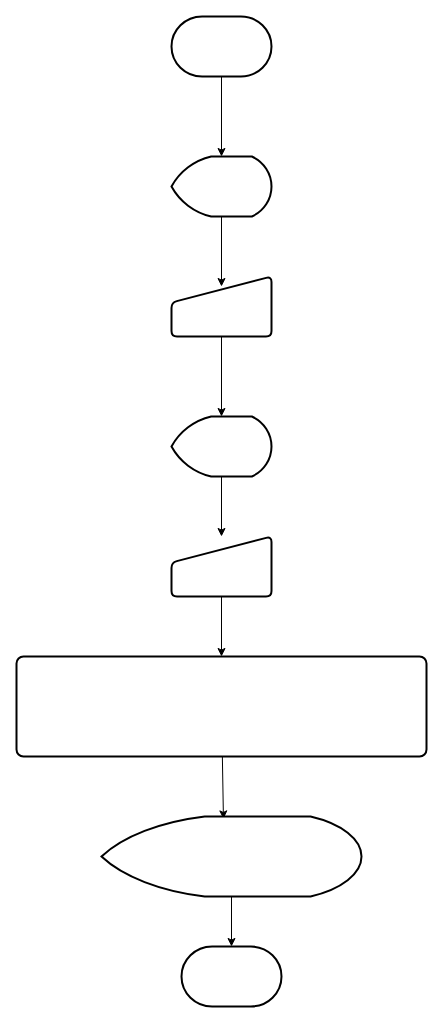
The draw.io diagram lec2/flowchart.drawio in artitiya409489-cell/python101, before the edit. Source tidied: cells renumbered, new cells numbered last; positions are measured from the earlier drawing's top-left corner, leaving out a move shared by most shapes. Both pictures are drawn from the tidied source at 100%, with x=0, y=0 at pixel (16, 16).
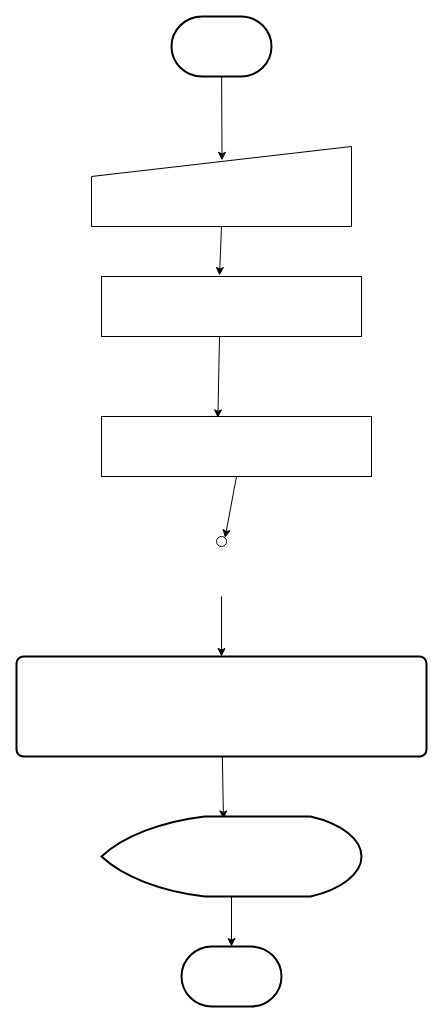
The same page after the edit.

Diff of the diagram source:
```diff
@@
 <mxGraphModel>
   <root>
     <mxCell id="0" />
     <mxCell id="1" parent="0" />
-    <mxCell id="2" style="edgeStyle=none;html=1;" parent="1" edge="1" source="3" target="4">
+    <mxCell id="2" style="edgeStyle=none;html=1;entryX=0.502;entryY=0.173;entryDx=0;entryDy=0;entryPerimeter=0;" parent="1" edge="1" source="3" target="18">
       <mxGeometry relative="1" as="geometry" />
     </mxCell>
     <mxCell id="3" style="strokeWidth=2;html=1;shape=mxgraph.flowchart.terminator;whiteSpace=wrap;" parent="1" vertex="1">
       <mxGeometry x="155" width="100" height="60" as="geometry" />
     </mxCell>
-    <mxCell id="4" style="strokeWidth=2;html=1;shape=mxgraph.flowchart.display;whiteSpace=wrap;" parent="1" vertex="1">
-      <mxGeometry x="155" y="140" width="100" height="60" as="geometry" />
-    </mxCell>
-    <mxCell id="5" style="html=1;strokeWidth=2;shape=manualInput;whiteSpace=wrap;rounded=1;size=26;arcSize=11;" parent="1" vertex="1">
-      <mxGeometry x="155" y="260" width="100" height="60" as="geometry" />
-    </mxCell>
-    <mxCell id="6" style="edgeStyle=none;html=1;exitX=0.5;exitY=1;exitDx=0;exitDy=0;exitPerimeter=0;entryX=0.5;entryY=0.167;entryDx=0;entryDy=0;entryPerimeter=0;" parent="1" edge="1" source="4" target="5">
+    <mxCell id="6" style="edgeStyle=none;html=1;exitX=0.5;exitY=1;exitDx=0;exitDy=0;entryX=0.454;entryY=-0.017;entryDx=0;entryDy=0;entryPerimeter=0;" parent="1" edge="1" source="18" target="19">
       <mxGeometry relative="1" as="geometry" />
     </mxCell>
-    <mxCell id="7" style="edgeStyle=none;html=1;exitX=0.5;exitY=1;exitDx=0;exitDy=0;exitPerimeter=0;" parent="1" edge="1" source="8" target="11">
-      <mxGeometry relative="1" as="geometry" />
-    </mxCell>
-    <mxCell id="8" style="strokeWidth=2;html=1;shape=mxgraph.flowchart.display;whiteSpace=wrap;" parent="1" vertex="1">
-      <mxGeometry x="155" y="400" width="100" height="60" as="geometry" />
-    </mxCell>
-    <mxCell id="9" style="edgeStyle=none;html=1;exitX=0.5;exitY=1;exitDx=0;exitDy=0;entryX=0.5;entryY=0;entryDx=0;entryDy=0;entryPerimeter=0;" parent="1" edge="1" source="5" target="8">
+    <mxCell id="9" style="edgeStyle=none;html=1;exitX=0.454;exitY=0.97;exitDx=0;exitDy=0;entryX=0.431;entryY=0.023;entryDx=0;entryDy=0;entryPerimeter=0;exitPerimeter=0;" parent="1" edge="1" source="19" target="21">
       <mxGeometry relative="1" as="geometry" />
     </mxCell>
-    <mxCell id="10" style="edgeStyle=none;html=1;exitX=0.5;exitY=1;exitDx=0;exitDy=0;entryX=0.5;entryY=0;entryDx=0;entryDy=0;" parent="1" edge="1" source="11" target="14">
-      <mxGeometry relative="1" as="geometry" />
+    <mxCell id="10" style="edgeStyle=none;html=1;exitX=0.5;exitY=1;exitDx=0;exitDy=0;entryX=0.5;entryY=0;entryDx=0;entryDy=0;" parent="1" edge="1" target="14">
+      <mxGeometry relative="1" as="geometry">
+        <mxPoint x="205" y="580" as="sourcePoint" />
+      </mxGeometry>
     </mxCell>
-    <mxCell id="11" style="html=1;strokeWidth=2;shape=manualInput;whiteSpace=wrap;rounded=1;size=26;arcSize=11;" parent="1" vertex="1">
-      <mxGeometry x="155" y="520" width="100" height="60" as="geometry" />
-    </mxCell>
     <mxCell id="12" style="edgeStyle=none;html=1;exitX=1;exitY=0.5;exitDx=0;exitDy=0;" parent="1" edge="1" source="14">
       <mxGeometry relative="1" as="geometry">
         <mxPoint x="315" y="690" as="targetPoint" />
       </mxGeometry>
     </mxCell>
     <mxCell id="13" style="edgeStyle=none;html=1;entryX=0.469;entryY=0.03;entryDx=0;entryDy=0;entryPerimeter=0;" parent="1" edge="1" source="14" target="16">
       <mxGeometry relative="1" as="geometry" />
     </mxCell>
     <mxCell id="14" style="rounded=1;whiteSpace=wrap;html=1;absoluteArcSize=1;arcSize=14;strokeWidth=2;" parent="1" vertex="1">
       <mxGeometry y="640" width="410" height="100" as="geometry" />
     </mxCell>
     <mxCell id="15" style="edgeStyle=none;html=1;exitX=0.5;exitY=1;exitDx=0;exitDy=0;exitPerimeter=0;" parent="1" edge="1" source="16" target="17">
       <mxGeometry relative="1" as="geometry" />
     </mxCell>
     <mxCell id="16" style="strokeWidth=2;html=1;shape=mxgraph.flowchart.display;whiteSpace=wrap;" parent="1" vertex="1">
       <mxGeometry x="85" y="800" width="260" height="80" as="geometry" />
     </mxCell>
     <mxCell id="17" style="strokeWidth=2;html=1;shape=mxgraph.flowchart.terminator;whiteSpace=wrap;" parent="1" vertex="1">
       <mxGeometry x="165" y="930" width="100" height="60" as="geometry" />
     </mxCell>
+    <mxCell id="18" style="shape=manualInput;whiteSpace=wrap;html=1;" parent="1" vertex="1">
+      <mxGeometry x="75" y="130" width="260" height="80" as="geometry" />
+    </mxCell>
+    <mxCell id="19" style="rounded=0;whiteSpace=wrap;html=1;" parent="1" vertex="1">
+      <mxGeometry x="85" y="260" width="260" height="60" as="geometry" />
+    </mxCell>
+    <mxCell id="20" style="edgeStyle=none;html=1;exitX=0.5;exitY=1;exitDx=0;exitDy=0;entryX=1;entryY=0;entryDx=0;entryDy=0;" parent="1" edge="1" source="21" target="22">
+      <mxGeometry relative="1" as="geometry" />
+    </mxCell>
+    <mxCell id="21" style="rounded=0;whiteSpace=wrap;html=1;" parent="1" vertex="1">
+      <mxGeometry x="85" y="400" width="270" height="60" as="geometry" />
+    </mxCell>
+    <mxCell id="22" style="ellipse;whiteSpace=wrap;html=1;" parent="1" vertex="1">
+      <mxGeometry x="200" y="520" width="10" height="10" as="geometry" />
+    </mxCell>
   </root>
 </mxGraphModel>
```
